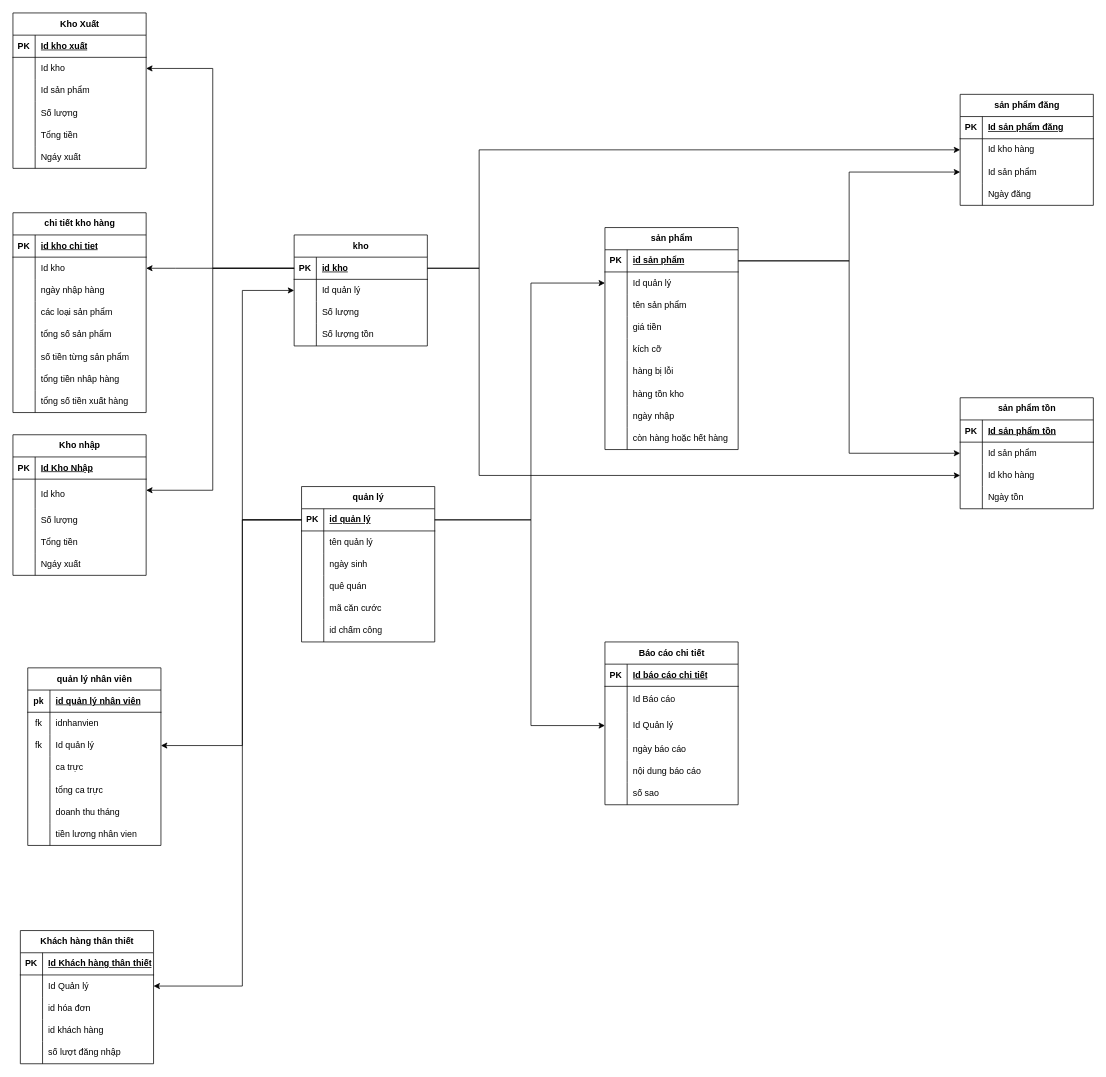
Before: page "Admin" (5 of 7) of DuAnNhom.drawio in khai520/DuAnNhom, a draw.io diagram. Source tidied: cells renumbered, new cells numbered last; positions are measured from the earlier drawing's top-left corner, leaving out a move shared by most shapes. Both pictures are drawn from the tidied source at 74%, with x=0, y=0 at pixel (13, 13).
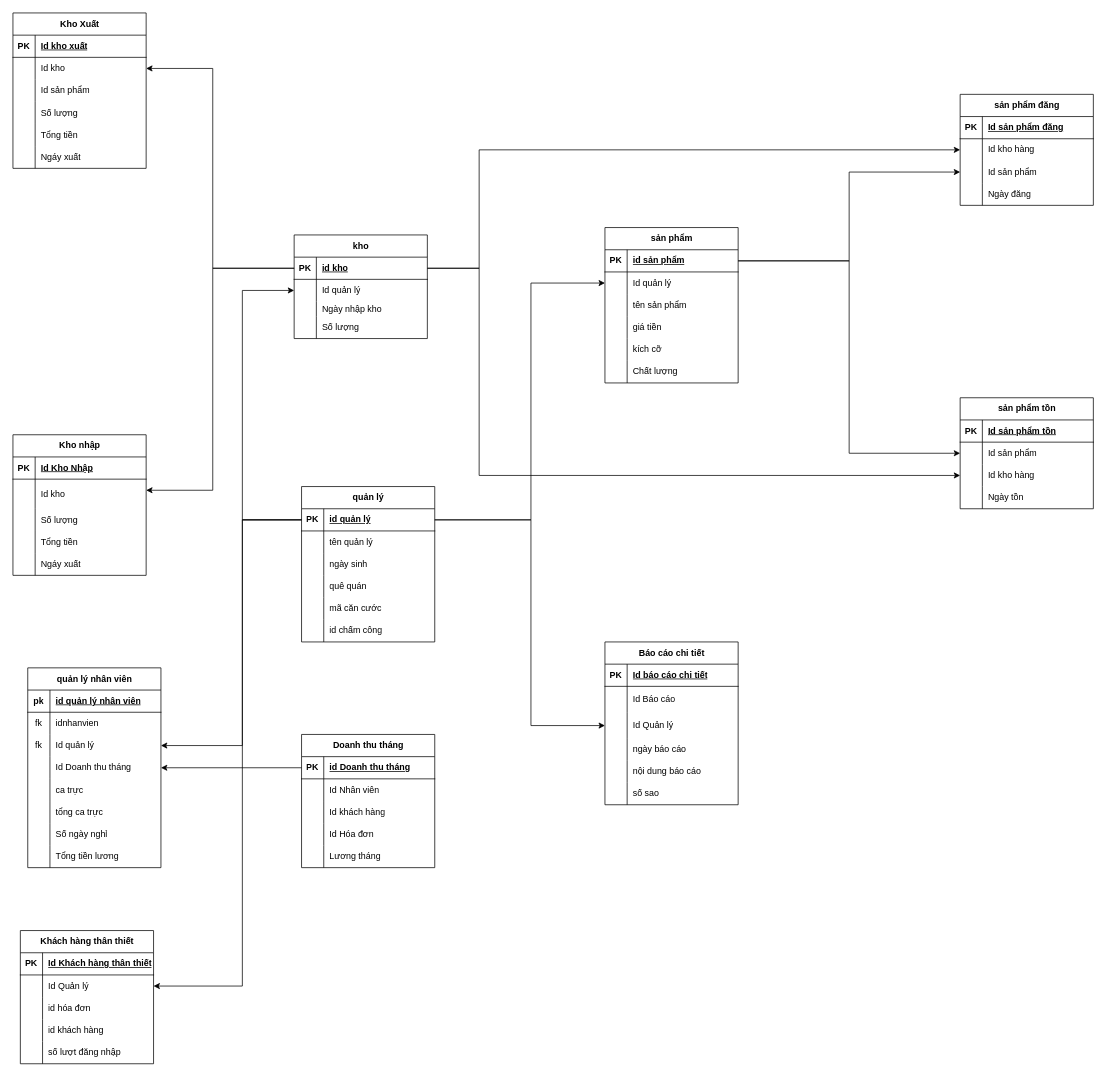
Above is the later version.

Unchanged cells that the change refers to:
```xml
<mxCell id="25" style="shape=tableRow;horizontal=0;startSize=0;swimlaneHead=0;swimlaneBody=0;fillColor=none;points=[[0,0.5],[1,0.5]];portConstraint=eastwest;top=0;left=0;right=0;bottom=1;" parent="24" vertex="1">
  <mxGeometry y="30" width="180" height="30" as="geometry" />
</mxCell>
```

Change to the diagram source:
```diff
@@
     <mxCell id="2" value="quản lý nhân viên" style="shape=table;startSize=30;childLayout=tableLayout;rowLines=0;fontStyle=1;align=center;html=1;" parent="1" vertex="1">
-      <mxGeometry x="20" y="885" width="180" height="240" as="geometry" />
+      <mxGeometry x="20" y="885" width="180" height="270" as="geometry" />
     </mxCell>
@@
+    <mxCell id="18" style="shape=tableRow;horizontal=0;startSize=0;swimlaneHead=0;swimlaneBody=0;fillColor=none;points=[[0,0.5],[1,0.5]];portConstraint=eastwest;top=0;left=0;right=0;bottom=0;" parent="2" vertex="1">
+      <mxGeometry y="120" width="180" height="30" as="geometry" />
+    </mxCell>
+    <mxCell id="19" style="shape=partialRectangle;fillColor=none;top=0;left=0;bottom=0;right=0;overflow=hidden;whiteSpace=wrap;html=1;" parent="18" vertex="1">
+      <mxGeometry width="30" height="30" as="geometry" />
+    </mxCell>
+    <mxCell id="20" value="Id Doanh thu tháng" style="shape=partialRectangle;fillColor=none;top=0;left=0;bottom=0;right=0;align=left;spacingLeft=6;overflow=hidden;whiteSpace=wrap;html=1;" parent="18" vertex="1">
+      <mxGeometry x="30" width="150" height="30" as="geometry" />
+    </mxCell>
     <mxCell id="12" style="shape=tableRow;horizontal=0;startSize=0;swimlaneHead=0;swimlaneBody=0;fillColor=none;top=0;left=0;right=0;bottom=0;" parent="2" vertex="1">
-      <mxGeometry y="120" width="180" height="30" as="geometry" />
+      <mxGeometry y="150" width="180" height="30" as="geometry" />
     </mxCell>
@@
     <mxCell id="15" style="shape=tableRow;horizontal=0;startSize=0;swimlaneHead=0;swimlaneBody=0;fillColor=none;top=0;left=0;right=0;bottom=0;" parent="2" vertex="1">
-      <mxGeometry y="150" width="180" height="30" as="geometry" />
+      <mxGeometry y="180" width="180" height="30" as="geometry" />
     </mxCell>
@@
-    <mxCell id="18" style="shape=tableRow;horizontal=0;startSize=0;swimlaneHead=0;swimlaneBody=0;fillColor=none;points=[[0,0.5],[1,0.5]];portConstraint=eastwest;top=0;left=0;right=0;bottom=0;" parent="2" vertex="1">
-      <mxGeometry y="180" width="180" height="30" as="geometry" />
-    </mxCell>
-    <mxCell id="19" style="shape=partialRectangle;fillColor=none;top=0;left=0;bottom=0;right=0;overflow=hidden;whiteSpace=wrap;html=1;" parent="18" vertex="1">
-      <mxGeometry width="30" height="30" as="geometry" />
-    </mxCell>
-    <mxCell id="20" value="doanh thu tháng" style="shape=partialRectangle;fillColor=none;top=0;left=0;bottom=0;right=0;align=left;spacingLeft=6;overflow=hidden;whiteSpace=wrap;html=1;" parent="18" vertex="1">
-      <mxGeometry x="30" width="150" height="30" as="geometry" />
-    </mxCell>
+    <mxCell id="217" style="shape=tableRow;horizontal=0;startSize=0;swimlaneHead=0;swimlaneBody=0;fillColor=none;top=0;left=0;right=0;bottom=0;" parent="2" vertex="1">
+      <mxGeometry y="210" width="180" height="30" as="geometry" />
+    </mxCell>
+    <mxCell id="218" style="shape=partialRectangle;fillColor=none;top=0;left=0;bottom=0;right=0;overflow=hidden;whiteSpace=wrap;html=1;" parent="217" vertex="1">
+      <mxGeometry width="30" height="30" as="geometry" />
+    </mxCell>
+    <mxCell id="219" value="Số ngày nghỉ" style="shape=partialRectangle;fillColor=none;top=0;left=0;bottom=0;right=0;align=left;spacingLeft=6;overflow=hidden;whiteSpace=wrap;html=1;" parent="217" vertex="1">
+      <mxGeometry x="30" width="150" height="30" as="geometry" />
+    </mxCell>
     <mxCell id="21" style="shape=tableRow;horizontal=0;startSize=0;swimlaneHead=0;swimlaneBody=0;fillColor=none;top=0;left=0;right=0;bottom=0;" parent="2" vertex="1">
-      <mxGeometry y="210" width="180" height="30" as="geometry" />
+      <mxGeometry y="240" width="180" height="30" as="geometry" />
     </mxCell>
@@
-    <mxCell id="23" value="tiền lương nhân vien" style="shape=partialRectangle;fillColor=none;top=0;left=0;bottom=0;right=0;align=left;spacingLeft=6;overflow=hidden;whiteSpace=wrap;html=1;" parent="21" vertex="1">
+    <mxCell id="23" value="Tổng tiền lương" style="shape=partialRectangle;fillColor=none;top=0;left=0;bottom=0;right=0;align=left;spacingLeft=6;overflow=hidden;whiteSpace=wrap;html=1;" parent="21" vertex="1">
       <mxGeometry x="30" width="150" height="30" as="geometry" />
     </mxCell>
     <mxCell id="24" value="kho" style="shape=table;startSize=30;childLayout=tableLayout;rowLines=0;fontStyle=1;align=center;html=1;" parent="1" vertex="1">
-      <mxGeometry x="380" y="300" width="180" height="150" as="geometry" />
+      <mxGeometry x="380" y="300" width="180" height="140" as="geometry" />
     </mxCell>
@@
     <mxCell id="31" style="shape=tableRow;horizontal=0;startSize=0;swimlaneHead=0;swimlaneBody=0;fillColor=none;top=0;left=0;right=0;bottom=0;" parent="24" vertex="1">
-      <mxGeometry y="90" width="180" height="30" as="geometry" />
+      <mxGeometry y="90" width="180" height="20" as="geometry" />
     </mxCell>
-    <mxCell id="32" style="shape=partialRectangle;fillColor=none;top=0;left=0;bottom=0;right=0;overflow=hidden;whiteSpace=wrap;html=1;" parent="31" vertex="1">
-      <mxGeometry width="30" height="30" as="geometry" />
+    <mxCell id="32" value="&lt;span style=&quot;white-space: pre;&quot;&gt;&#9;&lt;/span&gt;&lt;span style=&quot;white-space: pre;&quot;&gt;&#9;&lt;/span&gt;&lt;span style=&quot;white-space: pre;&quot;&gt;&#9;&lt;/span&gt;&lt;span style=&quot;white-space: pre;&quot;&gt;&#9;&lt;/span&gt;" style="shape=partialRectangle;fillColor=none;top=0;left=0;bottom=0;right=0;overflow=hidden;whiteSpace=wrap;html=1;" parent="31" vertex="1">
+      <mxGeometry width="30" height="20" as="geometry" />
     </mxCell>
-    <mxCell id="33" value="Số lượng&amp;nbsp;" style="shape=partialRectangle;fillColor=none;top=0;left=0;bottom=0;right=0;align=left;spacingLeft=6;overflow=hidden;whiteSpace=wrap;html=1;" parent="31" vertex="1">
-      <mxGeometry x="30" width="150" height="30" as="geometry" />
+    <mxCell id="33" value="Ngày nhập kho" style="shape=partialRectangle;fillColor=none;top=0;left=0;bottom=0;right=0;align=left;spacingLeft=6;overflow=hidden;whiteSpace=wrap;html=1;" parent="31" vertex="1">
+      <mxGeometry x="30" width="150" height="20" as="geometry" />
     </mxCell>
     <mxCell id="34" style="shape=tableRow;horizontal=0;startSize=0;swimlaneHead=0;swimlaneBody=0;fillColor=none;top=0;left=0;right=0;bottom=0;" parent="24" vertex="1">
-      <mxGeometry y="120" width="180" height="30" as="geometry" />
+      <mxGeometry y="110" width="180" height="30" as="geometry" />
     </mxCell>
@@
-    <mxCell id="36" value="Số lượng tồn" style="shape=partialRectangle;fillColor=none;top=0;left=0;bottom=0;right=0;align=left;spacingLeft=6;overflow=hidden;whiteSpace=wrap;html=1;" parent="34" vertex="1">
+    <mxCell id="36" value="Số lượng" style="shape=partialRectangle;fillColor=none;top=0;left=0;bottom=0;right=0;align=left;spacingLeft=6;overflow=hidden;whiteSpace=wrap;html=1;" parent="34" vertex="1">
       <mxGeometry x="30" width="150" height="30" as="geometry" />
     </mxCell>
-    <mxCell id="37" value="chi tiết kho hàng" style="shape=table;startSize=30;childLayout=tableLayout;rowLines=0;fontStyle=1;align=center;html=1;" parent="1" vertex="1">
-      <mxGeometry y="270" width="180" height="270" as="geometry" />
-    </mxCell>
-    <mxCell id="38" style="shape=tableRow;horizontal=0;startSize=0;swimlaneHead=0;swimlaneBody=0;fillColor=none;points=[[0,0.5],[1,0.5]];portConstraint=eastwest;top=0;left=0;right=0;bottom=1;" parent="37" vertex="1">
-      <mxGeometry y="30" width="180" height="30" as="geometry" />
-    </mxCell>
-    <mxCell id="39" value="PK" style="shape=partialRectangle;fillColor=none;top=0;left=0;bottom=0;right=0;fontStyle=1;overflow=hidden;whiteSpace=wrap;html=1;" parent="38" vertex="1">
-      <mxGeometry width="30" height="30" as="geometry" />
-    </mxCell>
-    <mxCell id="40" value="id kho chi tiet" style="shape=partialRectangle;fillColor=none;top=0;left=0;bottom=0;right=0;align=left;spacingLeft=6;fontStyle=5;overflow=hidden;whiteSpace=wrap;html=1;" parent="38" vertex="1">
-      <mxGeometry x="30" width="150" height="30" as="geometry" />
-    </mxCell>
-    <mxCell id="41" style="shape=tableRow;horizontal=0;startSize=0;swimlaneHead=0;swimlaneBody=0;fillColor=none;points=[[0,0.5],[1,0.5]];portConstraint=eastwest;top=0;left=0;right=0;bottom=0;" parent="37" vertex="1">
-      <mxGeometry y="60" width="180" height="30" as="geometry" />
-    </mxCell>
-    <mxCell id="42" style="shape=partialRectangle;fillColor=none;top=0;left=0;bottom=0;right=0;overflow=hidden;whiteSpace=wrap;html=1;" parent="41" vertex="1">
-      <mxGeometry width="30" height="30" as="geometry" />
-    </mxCell>
-    <mxCell id="43" value="Id kho" style="shape=partialRectangle;fillColor=none;top=0;left=0;bottom=0;right=0;align=left;spacingLeft=6;overflow=hidden;whiteSpace=wrap;html=1;" parent="41" vertex="1">
-      <mxGeometry x="30" width="150" height="30" as="geometry" />
-    </mxCell>
-    <mxCell id="44" style="shape=tableRow;horizontal=0;startSize=0;swimlaneHead=0;swimlaneBody=0;fillColor=none;top=0;left=0;right=0;bottom=0;" parent="37" vertex="1">
-      <mxGeometry y="90" width="180" height="30" as="geometry" />
-    </mxCell>
-    <mxCell id="45" style="shape=partialRectangle;fillColor=none;top=0;left=0;bottom=0;right=0;overflow=hidden;whiteSpace=wrap;html=1;" parent="44" vertex="1">
-      <mxGeometry width="30" height="30" as="geometry" />
-    </mxCell>
-    <mxCell id="46" value="ngày nhập hàng" style="shape=partialRectangle;fillColor=none;top=0;left=0;bottom=0;right=0;align=left;spacingLeft=6;overflow=hidden;whiteSpace=wrap;html=1;" parent="44" vertex="1">
-      <mxGeometry x="30" width="150" height="30" as="geometry" />
-    </mxCell>
-    <mxCell id="47" style="shape=tableRow;horizontal=0;startSize=0;swimlaneHead=0;swimlaneBody=0;fillColor=none;top=0;left=0;right=0;bottom=0;" parent="37" vertex="1">
-      <mxGeometry y="120" width="180" height="30" as="geometry" />
-    </mxCell>
-    <mxCell id="48" style="shape=partialRectangle;fillColor=none;top=0;left=0;bottom=0;right=0;overflow=hidden;whiteSpace=wrap;html=1;" parent="47" vertex="1">
-      <mxGeometry width="30" height="30" as="geometry" />
-    </mxCell>
-    <mxCell id="49" value="các loại sản phẩm" style="shape=partialRectangle;fillColor=none;top=0;left=0;bottom=0;right=0;align=left;spacingLeft=6;overflow=hidden;whiteSpace=wrap;html=1;" parent="47" vertex="1">
-      <mxGeometry x="30" width="150" height="30" as="geometry" />
-    </mxCell>
-    <mxCell id="50" style="shape=tableRow;horizontal=0;startSize=0;swimlaneHead=0;swimlaneBody=0;fillColor=none;top=0;left=0;right=0;bottom=0;" parent="37" vertex="1">
-      <mxGeometry y="150" width="180" height="30" as="geometry" />
-    </mxCell>
-    <mxCell id="51" style="shape=partialRectangle;fillColor=none;top=0;left=0;bottom=0;right=0;overflow=hidden;whiteSpace=wrap;html=1;" parent="50" vertex="1">
-      <mxGeometry width="30" height="30" as="geometry" />
-    </mxCell>
-    <mxCell id="52" value="tổng số sản phẩm" style="shape=partialRectangle;fillColor=none;top=0;left=0;bottom=0;right=0;align=left;spacingLeft=6;overflow=hidden;whiteSpace=wrap;html=1;" parent="50" vertex="1">
-      <mxGeometry x="30" width="150" height="30" as="geometry" />
-    </mxCell>
-    <mxCell id="53" style="shape=tableRow;horizontal=0;startSize=0;swimlaneHead=0;swimlaneBody=0;fillColor=none;top=0;left=0;right=0;bottom=0;" parent="37" vertex="1">
-      <mxGeometry y="180" width="180" height="30" as="geometry" />
-    </mxCell>
-    <mxCell id="54" style="shape=partialRectangle;fillColor=none;top=0;left=0;bottom=0;right=0;overflow=hidden;whiteSpace=wrap;html=1;" parent="53" vertex="1">
-      <mxGeometry width="30" height="30" as="geometry" />
-    </mxCell>
-    <mxCell id="55" value="số tiền từng sản phẩm" style="shape=partialRectangle;fillColor=none;top=0;left=0;bottom=0;right=0;align=left;spacingLeft=6;overflow=hidden;whiteSpace=wrap;html=1;" parent="53" vertex="1">
-      <mxGeometry x="30" width="150" height="30" as="geometry" />
-    </mxCell>
-    <mxCell id="56" style="shape=tableRow;horizontal=0;startSize=0;swimlaneHead=0;swimlaneBody=0;fillColor=none;top=0;left=0;right=0;bottom=0;" parent="37" vertex="1">
-      <mxGeometry y="210" width="180" height="30" as="geometry" />
-    </mxCell>
-    <mxCell id="57" style="shape=partialRectangle;fillColor=none;top=0;left=0;bottom=0;right=0;overflow=hidden;whiteSpace=wrap;html=1;" parent="56" vertex="1">
-      <mxGeometry width="30" height="30" as="geometry" />
-    </mxCell>
-    <mxCell id="58" value="tổng tiền nhâp hàng" style="shape=partialRectangle;fillColor=none;top=0;left=0;bottom=0;right=0;align=left;spacingLeft=6;overflow=hidden;whiteSpace=wrap;html=1;" parent="56" vertex="1">
-      <mxGeometry x="30" width="150" height="30" as="geometry" />
-    </mxCell>
-    <mxCell id="59" style="shape=tableRow;horizontal=0;startSize=0;swimlaneHead=0;swimlaneBody=0;fillColor=none;top=0;left=0;right=0;bottom=0;" parent="37" vertex="1">
-      <mxGeometry y="240" width="180" height="30" as="geometry" />
-    </mxCell>
-    <mxCell id="60" style="shape=partialRectangle;fillColor=none;top=0;left=0;bottom=0;right=0;overflow=hidden;whiteSpace=wrap;html=1;" parent="59" vertex="1">
-      <mxGeometry width="30" height="30" as="geometry" />
-    </mxCell>
-    <mxCell id="61" value="tổng số tiền xuất hàng" style="shape=partialRectangle;fillColor=none;top=0;left=0;bottom=0;right=0;align=left;spacingLeft=6;overflow=hidden;whiteSpace=wrap;html=1;" parent="59" vertex="1">
-      <mxGeometry x="30" width="150" height="30" as="geometry" />
-    </mxCell>
@@
     <mxCell id="100" value="sản phẩm" style="shape=table;startSize=30;childLayout=tableLayout;rowLines=0;fontStyle=1;align=center;html=1;" parent="1" vertex="1">
-      <mxGeometry x="800" y="290" width="180" height="300" as="geometry" />
+      <mxGeometry x="800" y="290" width="180" height="210" as="geometry" />
     </mxCell>
@@
-    <mxCell id="116" style="shape=tableRow;horizontal=0;startSize=0;swimlaneHead=0;swimlaneBody=0;fillColor=none;top=0;left=0;right=0;bottom=0;" parent="100" vertex="1">
-      <mxGeometry y="180" width="180" height="30" as="geometry" />
-    </mxCell>
-    <mxCell id="117" style="shape=partialRectangle;fillColor=none;top=0;left=0;bottom=0;right=0;overflow=hidden;whiteSpace=wrap;html=1;" parent="116" vertex="1">
-      <mxGeometry width="30" height="30" as="geometry" />
-    </mxCell>
-    <mxCell id="118" value="hàng bị lỗi" style="shape=partialRectangle;fillColor=none;top=0;left=0;bottom=0;right=0;align=left;spacingLeft=6;overflow=hidden;whiteSpace=wrap;html=1;" parent="116" vertex="1">
-      <mxGeometry x="30" width="150" height="30" as="geometry" />
-    </mxCell>
-    <mxCell id="119" style="shape=tableRow;horizontal=0;startSize=0;swimlaneHead=0;swimlaneBody=0;fillColor=none;top=0;left=0;right=0;bottom=0;" parent="100" vertex="1">
-      <mxGeometry y="210" width="180" height="30" as="geometry" />
-    </mxCell>
-    <mxCell id="120" style="shape=partialRectangle;fillColor=none;top=0;left=0;bottom=0;right=0;overflow=hidden;whiteSpace=wrap;html=1;" parent="119" vertex="1">
-      <mxGeometry width="30" height="30" as="geometry" />
-    </mxCell>
-    <mxCell id="121" value="hàng tồn kho" style="shape=partialRectangle;fillColor=none;top=0;left=0;bottom=0;right=0;align=left;spacingLeft=6;overflow=hidden;whiteSpace=wrap;html=1;" parent="119" vertex="1">
-      <mxGeometry x="30" width="150" height="30" as="geometry" />
-    </mxCell>
-    <mxCell id="122" style="shape=tableRow;horizontal=0;startSize=0;swimlaneHead=0;swimlaneBody=0;fillColor=none;top=0;left=0;right=0;bottom=0;" parent="100" vertex="1">
-      <mxGeometry y="240" width="180" height="30" as="geometry" />
-    </mxCell>
-    <mxCell id="123" style="shape=partialRectangle;fillColor=none;top=0;left=0;bottom=0;right=0;overflow=hidden;whiteSpace=wrap;html=1;" parent="122" vertex="1">
-      <mxGeometry width="30" height="30" as="geometry" />
-    </mxCell>
-    <mxCell id="124" value="ngày nhập" style="shape=partialRectangle;fillColor=none;top=0;left=0;bottom=0;right=0;align=left;spacingLeft=6;overflow=hidden;whiteSpace=wrap;html=1;" parent="122" vertex="1">
-      <mxGeometry x="30" width="150" height="30" as="geometry" />
-    </mxCell>
-    <mxCell id="125" style="shape=tableRow;horizontal=0;startSize=0;swimlaneHead=0;swimlaneBody=0;fillColor=none;top=0;left=0;right=0;bottom=0;" parent="100" vertex="1">
-      <mxGeometry y="270" width="180" height="30" as="geometry" />
-    </mxCell>
-    <mxCell id="126" style="shape=partialRectangle;fillColor=none;top=0;left=0;bottom=0;right=0;overflow=hidden;whiteSpace=wrap;html=1;" parent="125" vertex="1">
-      <mxGeometry width="30" height="30" as="geometry" />
-    </mxCell>
-    <mxCell id="127" value="còn hàng hoặc hết hàng" style="shape=partialRectangle;fillColor=none;top=0;left=0;bottom=0;right=0;align=left;spacingLeft=6;overflow=hidden;whiteSpace=wrap;html=1;" parent="125" vertex="1">
-      <mxGeometry x="30" width="150" height="30" as="geometry" />
-    </mxCell>
+    <mxCell id="220" style="shape=tableRow;horizontal=0;startSize=0;swimlaneHead=0;swimlaneBody=0;fillColor=none;top=0;left=0;right=0;bottom=0;" parent="100" vertex="1">
+      <mxGeometry y="180" width="180" height="30" as="geometry" />
+    </mxCell>
+    <mxCell id="221" style="shape=partialRectangle;fillColor=none;top=0;left=0;bottom=0;right=0;overflow=hidden;whiteSpace=wrap;html=1;" parent="220" vertex="1">
+      <mxGeometry width="30" height="30" as="geometry" />
+    </mxCell>
+    <mxCell id="222" value="Chất lượng" style="shape=partialRectangle;fillColor=none;top=0;left=0;bottom=0;right=0;align=left;spacingLeft=6;overflow=hidden;whiteSpace=wrap;html=1;" parent="220" vertex="1">
+      <mxGeometry x="30" width="150" height="30" as="geometry" />
+    </mxCell>
@@
-    <mxCell id="197" style="edgeStyle=orthogonalEdgeStyle;rounded=0;jettySize=auto;html=1;" parent="1" edge="1" source="25" target="41">
-      <mxGeometry relative="1" as="geometry">
-        <Array as="points">
-          <mxPoint x="220" y="345" />
-          <mxPoint x="220" y="345" />
-        </Array>
-      </mxGeometry>
-    </mxCell>
@@
+    <mxCell id="223" value="Doanh thu tháng" style="shape=table;startSize=30;childLayout=tableLayout;rowLines=0;fontStyle=1;align=center;html=1;" parent="1" vertex="1">
+      <mxGeometry x="390" y="975" width="180" height="180" as="geometry" />
+    </mxCell>
+    <mxCell id="38" style="shape=tableRow;horizontal=0;startSize=0;swimlaneHead=0;swimlaneBody=0;fillColor=none;points=[[0,0.5],[1,0.5]];portConstraint=eastwest;top=0;left=0;right=0;bottom=1;" parent="223" vertex="1">
+      <mxGeometry y="30" width="180" height="30" as="geometry" />
+    </mxCell>
+    <mxCell id="39" value="PK" style="shape=partialRectangle;fillColor=none;top=0;left=0;bottom=0;right=0;fontStyle=1;overflow=hidden;whiteSpace=wrap;html=1;" parent="38" vertex="1">
+      <mxGeometry width="30" height="30" as="geometry" />
+    </mxCell>
+    <mxCell id="224" value="id Doanh thu tháng" style="shape=partialRectangle;fillColor=none;top=0;left=0;bottom=0;right=0;align=left;spacingLeft=6;fontStyle=5;overflow=hidden;whiteSpace=wrap;html=1;" parent="38" vertex="1">
+      <mxGeometry x="30" width="150" height="30" as="geometry" />
+    </mxCell>
+    <mxCell id="41" style="shape=tableRow;horizontal=0;startSize=0;swimlaneHead=0;swimlaneBody=0;fillColor=none;points=[[0,0.5],[1,0.5]];portConstraint=eastwest;top=0;left=0;right=0;bottom=0;" parent="223" vertex="1">
+      <mxGeometry y="60" width="180" height="30" as="geometry" />
+    </mxCell>
+    <mxCell id="225" style="shape=partialRectangle;fillColor=none;top=0;left=0;bottom=0;right=0;overflow=hidden;whiteSpace=wrap;html=1;" parent="41" vertex="1">
+      <mxGeometry width="30" height="30" as="geometry" />
+    </mxCell>
+    <mxCell id="226" value="Id Nhân viên" style="shape=partialRectangle;fillColor=none;top=0;left=0;bottom=0;right=0;align=left;spacingLeft=6;overflow=hidden;whiteSpace=wrap;html=1;" parent="41" vertex="1">
+      <mxGeometry x="30" width="150" height="30" as="geometry" />
+    </mxCell>
+    <mxCell id="44" style="shape=tableRow;horizontal=0;startSize=0;swimlaneHead=0;swimlaneBody=0;fillColor=none;top=0;left=0;right=0;bottom=0;" parent="223" vertex="1">
+      <mxGeometry y="90" width="180" height="30" as="geometry" />
+    </mxCell>
+    <mxCell id="227" style="shape=partialRectangle;fillColor=none;top=0;left=0;bottom=0;right=0;overflow=hidden;whiteSpace=wrap;html=1;" parent="44" vertex="1">
+      <mxGeometry width="30" height="30" as="geometry" />
+    </mxCell>
+    <mxCell id="228" value="Id khách hàng" style="shape=partialRectangle;fillColor=none;top=0;left=0;bottom=0;right=0;align=left;spacingLeft=6;overflow=hidden;whiteSpace=wrap;html=1;" parent="44" vertex="1">
+      <mxGeometry x="30" width="150" height="30" as="geometry" />
+    </mxCell>
+    <mxCell id="47" style="shape=tableRow;horizontal=0;startSize=0;swimlaneHead=0;swimlaneBody=0;fillColor=none;top=0;left=0;right=0;bottom=0;" parent="223" vertex="1">
+      <mxGeometry y="120" width="180" height="30" as="geometry" />
+    </mxCell>
+    <mxCell id="229" style="shape=partialRectangle;fillColor=none;top=0;left=0;bottom=0;right=0;overflow=hidden;whiteSpace=wrap;html=1;" parent="47" vertex="1">
+      <mxGeometry width="30" height="30" as="geometry" />
+    </mxCell>
+    <mxCell id="230" value="Id Hóa đơn" style="shape=partialRectangle;fillColor=none;top=0;left=0;bottom=0;right=0;align=left;spacingLeft=6;overflow=hidden;whiteSpace=wrap;html=1;" parent="47" vertex="1">
+      <mxGeometry x="30" width="150" height="30" as="geometry" />
+    </mxCell>
+    <mxCell id="50" style="shape=tableRow;horizontal=0;startSize=0;swimlaneHead=0;swimlaneBody=0;fillColor=none;top=0;left=0;right=0;bottom=0;" parent="223" vertex="1">
+      <mxGeometry y="150" width="180" height="30" as="geometry" />
+    </mxCell>
+    <mxCell id="231" style="shape=partialRectangle;fillColor=none;top=0;left=0;bottom=0;right=0;overflow=hidden;whiteSpace=wrap;html=1;" parent="50" vertex="1">
+      <mxGeometry width="30" height="30" as="geometry" />
+    </mxCell>
+    <mxCell id="232" value="Lương tháng" style="shape=partialRectangle;fillColor=none;top=0;left=0;bottom=0;right=0;align=left;spacingLeft=6;overflow=hidden;whiteSpace=wrap;html=1;" parent="50" vertex="1">
+      <mxGeometry x="30" width="150" height="30" as="geometry" />
+    </mxCell>
+    <mxCell id="233" style="edgeStyle=orthogonalEdgeStyle;rounded=0;jettySize=auto;html=1;" parent="1" edge="1" source="38" target="18">
+      <mxGeometry relative="1" as="geometry" />
+    </mxCell>
```
